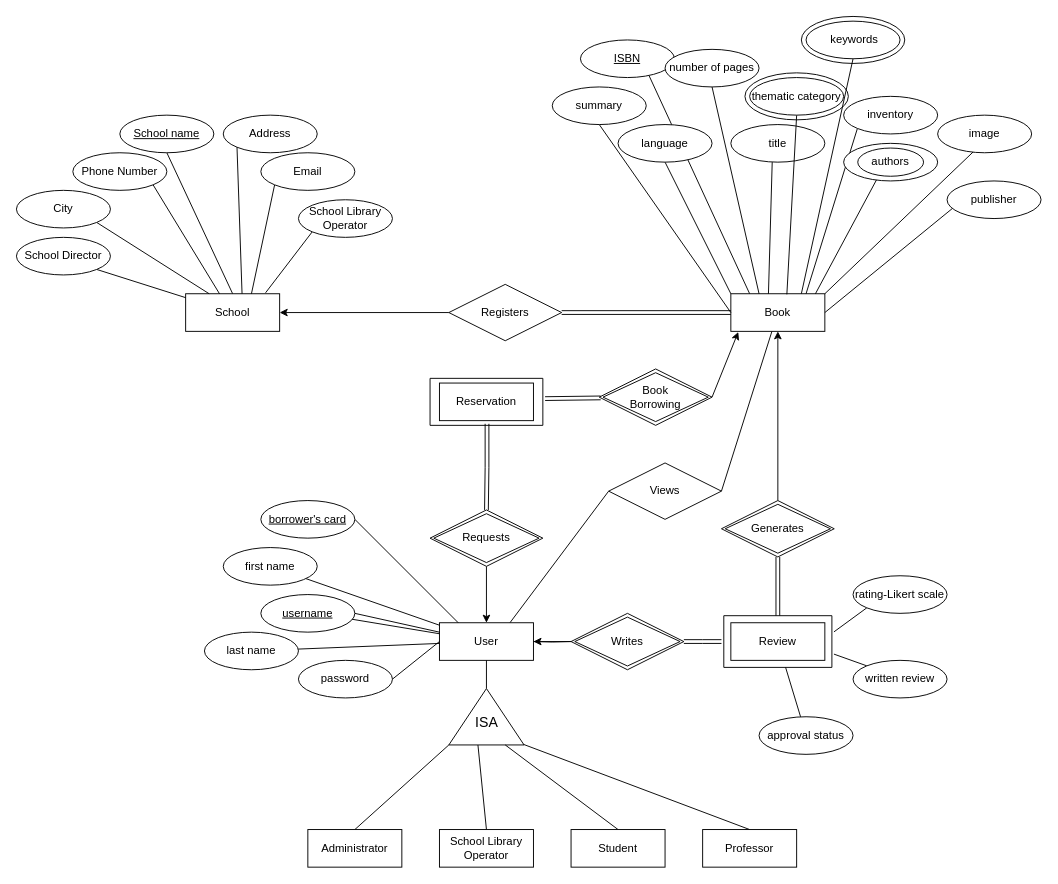
This is diagrams/ER.drawio from ntua-el19877/Databases, a draw.io file, before an edit. Source tidied: cells renumbered, new cells numbered last; positions are measured from the earlier drawing's top-left corner, leaving out a move shared by most shapes. Both pictures are drawn from the tidied source at 94%, with x=0, y=0 at pixel (16, 16).
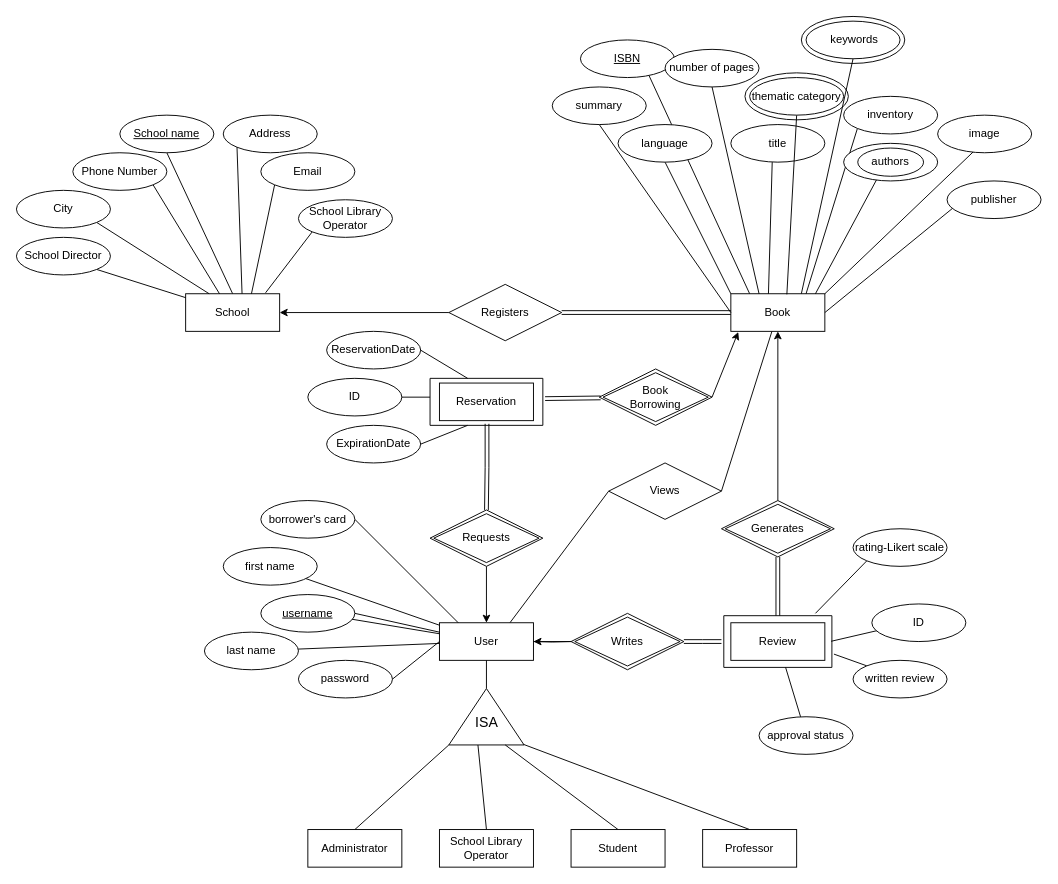
After the change.

The change refers to these unchanged cells:
```xml
<mxCell id="76" style="verticalLabelPosition=bottom;verticalAlign=top;html=1;shape=mxgraph.basic.rect;fillColor2=none;strokeWidth=1;size=20;indent=5;fillColor=none;" parent="1" vertex="1">
  <mxGeometry x="752.5" y="637.5" width="115" height="55" as="geometry" />
</mxCell>
<mxCell id="80" style="verticalLabelPosition=bottom;verticalAlign=top;html=1;shape=mxgraph.basic.rect;fillColor2=none;strokeWidth=1;size=0;indent=100;fillColor=none;" parent="1" vertex="1">
  <mxGeometry x="440" y="385" width="120" height="50" as="geometry" />
</mxCell>
```

Change to the diagram source:
```diff
@@
-    <mxCell id="63" style="rounded=0;jettySize=auto;html=1;exitX=0;exitY=1;exitDx=0;exitDy=0;endArrow=none;endFill=0;entryX=1.019;entryY=0.313;entryDx=0;entryDy=0;entryPerimeter=0;" parent="1" edge="1" source="64" target="76">
-      <mxGeometry relative="1" as="geometry" />
+    <mxCell id="63" style="rounded=0;jettySize=auto;html=1;exitX=0;exitY=1;exitDx=0;exitDy=0;endArrow=none;endFill=0;" parent="1" edge="1" source="64">
+      <mxGeometry relative="1" as="geometry">
+        <mxPoint x="850" y="635" as="targetPoint" />
+      </mxGeometry>
     </mxCell>
     <mxCell id="64" value="rating-Likert scale" style="ellipse;whiteSpace=wrap;html=1;align=center;" parent="1" vertex="1">
-      <mxGeometry x="890" y="595" width="100" height="40" as="geometry" />
+      <mxGeometry x="890" y="545" width="100" height="40" as="geometry" />
     </mxCell>
@@
-    <mxCell id="87" value="&lt;u&gt;borrower's card&lt;/u&gt;" style="ellipse;whiteSpace=wrap;html=1;align=center;" parent="1" vertex="1">
+    <mxCell id="87" value="borrower's card" style="ellipse;whiteSpace=wrap;html=1;align=center;" parent="1" vertex="1">
       <mxGeometry x="260" y="515" width="100" height="40" as="geometry" />
     </mxCell>
@@
+    <mxCell id="95" style="rounded=0;jettySize=auto;html=1;exitX=0.076;exitY=0.698;exitDx=0;exitDy=0;entryX=0.993;entryY=0.495;entryDx=0;entryDy=0;entryPerimeter=0;endArrow=none;endFill=0;exitPerimeter=0;" parent="1" edge="1" source="96" target="76">
+      <mxGeometry relative="1" as="geometry" />
+    </mxCell>
+    <mxCell id="96" value="ID" style="ellipse;whiteSpace=wrap;html=1;align=center;" parent="1" vertex="1">
+      <mxGeometry x="910" y="625" width="100" height="40" as="geometry" />
+    </mxCell>
+    <mxCell id="97" style="rounded=0;jettySize=auto;html=1;exitX=1;exitY=0.5;exitDx=0;exitDy=0;endArrow=none;endFill=0;" parent="1" edge="1" source="98">
+      <mxGeometry relative="1" as="geometry">
+        <mxPoint x="440" y="405" as="targetPoint" />
+      </mxGeometry>
+    </mxCell>
+    <mxCell id="98" value="ID" style="ellipse;whiteSpace=wrap;html=1;align=center;" parent="1" vertex="1">
+      <mxGeometry x="310" y="385" width="100" height="40" as="geometry" />
+    </mxCell>
+    <mxCell id="99" value="ExpirationDate" style="ellipse;whiteSpace=wrap;html=1;align=center;" parent="1" vertex="1">
+      <mxGeometry x="330" y="435" width="100" height="40" as="geometry" />
+    </mxCell>
+    <mxCell id="100" value="ReservationDate" style="ellipse;whiteSpace=wrap;html=1;align=center;" parent="1" vertex="1">
+      <mxGeometry x="330" y="335" width="100" height="40" as="geometry" />
+    </mxCell>
+    <mxCell id="101" style="endArrow=none;html=1;rounded=0;entryX=1;entryY=0.5;entryDx=0;entryDy=0;" parent="1" edge="1" target="100">
+      <mxGeometry relative="1" as="geometry">
+        <mxPoint x="480" y="385" as="sourcePoint" />
+      </mxGeometry>
+    </mxCell>
+    <mxCell id="102" style="endArrow=none;html=1;rounded=0;exitX=1;exitY=0.5;exitDx=0;exitDy=0;entryX=0.333;entryY=1;entryDx=0;entryDy=0;entryPerimeter=0;" parent="1" edge="1" source="99" target="80">
+      <mxGeometry relative="1" as="geometry" />
+    </mxCell>
```
